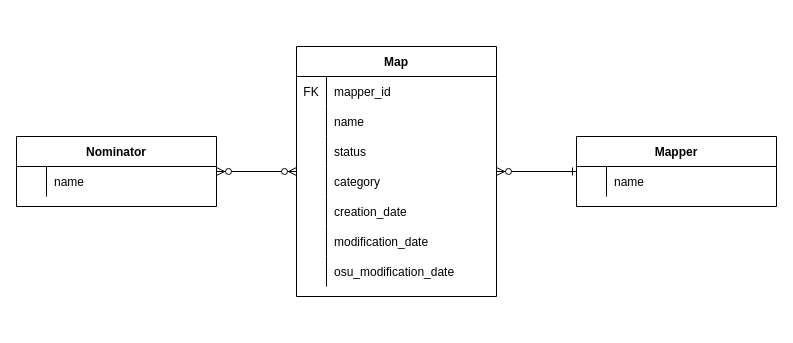
The draw.io diagram docs/ERD.drawio in Emanuel-de-Jong/10KRanker, before the edit. Source tidied: cells renumbered, new cells numbered last; positions are measured from the earlier drawing's top-left corner, leaving out a move shared by most shapes. Both pictures are drawn from the tidied source at 100%, with x=0, y=0 at pixel (16, 46).
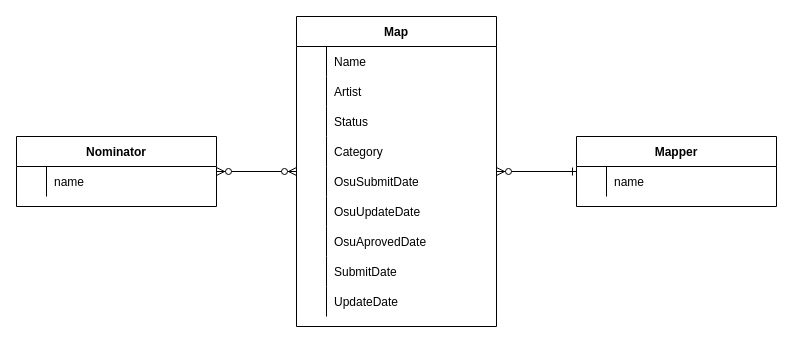
Above is the later version.

Change to the diagram source:
```diff
@@
     <mxCell id="7" value="Map" style="shape=table;startSize=30;childLayout=tableLayout;rowLines=0;fontStyle=1;align=center;" parent="1" vertex="1">
-      <mxGeometry x="280" width="200" height="250" as="geometry" />
+      <mxGeometry x="280" y="-30" width="200" height="310" as="geometry" />
     </mxCell>
-    <mxCell id="8" style="shape=partialRectangle;fillColor=none;top=0;left=0;right=0;bottom=0;" parent="7" vertex="1">
-      <mxGeometry y="30" width="200" height="30" as="geometry" />
-    </mxCell>
-    <mxCell id="9" value="FK" style="shape=partialRectangle;overflow=hidden;fillColor=none;top=0;left=0;bottom=0;right=0;" parent="8" vertex="1">
-      <mxGeometry width="30" height="30" as="geometry" />
-    </mxCell>
-    <mxCell id="10" value="mapper_id" style="shape=partialRectangle;overflow=hidden;fillColor=none;top=0;left=0;bottom=0;right=0;align=left;spacingLeft=6;" parent="8" vertex="1">
-      <mxGeometry x="30" width="170" height="30" as="geometry" />
-    </mxCell>
     <mxCell id="11" style="shape=partialRectangle;fillColor=none;top=0;left=0;right=0;bottom=0;" parent="7" vertex="1">
-      <mxGeometry y="60" width="200" height="30" as="geometry" />
+      <mxGeometry y="30" width="200" height="30" as="geometry" />
     </mxCell>
@@
-    <mxCell id="13" value="name" style="shape=partialRectangle;overflow=hidden;fillColor=none;top=0;left=0;bottom=0;right=0;align=left;spacingLeft=6;" parent="11" vertex="1">
+    <mxCell id="13" value="Name" style="shape=partialRectangle;overflow=hidden;fillColor=none;top=0;left=0;bottom=0;right=0;align=left;spacingLeft=6;" parent="11" vertex="1">
       <mxGeometry x="30" width="170" height="30" as="geometry" />
     </mxCell>
     <mxCell id="14" style="shape=partialRectangle;fillColor=none;top=0;left=0;right=0;bottom=0;" parent="7" vertex="1">
-      <mxGeometry y="90" width="200" height="30" as="geometry" />
+      <mxGeometry y="60" width="200" height="30" as="geometry" />
     </mxCell>
@@
-    <mxCell id="16" value="status" style="shape=partialRectangle;overflow=hidden;fillColor=none;top=0;left=0;bottom=0;right=0;align=left;spacingLeft=6;" parent="14" vertex="1">
+    <mxCell id="16" value="Artist" style="shape=partialRectangle;overflow=hidden;fillColor=none;top=0;left=0;bottom=0;right=0;align=left;spacingLeft=6;" parent="14" vertex="1">
       <mxGeometry x="30" width="170" height="30" as="geometry" />
     </mxCell>
     <mxCell id="17" style="shape=partialRectangle;fillColor=none;top=0;left=0;right=0;bottom=0;" parent="7" vertex="1">
-      <mxGeometry y="120" width="200" height="30" as="geometry" />
+      <mxGeometry y="90" width="200" height="30" as="geometry" />
     </mxCell>
@@
-    <mxCell id="19" value="category" style="shape=partialRectangle;overflow=hidden;fillColor=none;top=0;left=0;bottom=0;right=0;align=left;spacingLeft=6;" parent="17" vertex="1">
+    <mxCell id="19" value="Status" style="shape=partialRectangle;overflow=hidden;fillColor=none;top=0;left=0;bottom=0;right=0;align=left;spacingLeft=6;" parent="17" vertex="1">
       <mxGeometry x="30" width="170" height="30" as="geometry" />
     </mxCell>
     <mxCell id="20" style="shape=partialRectangle;fillColor=none;top=0;left=0;right=0;bottom=0;" parent="7" vertex="1">
-      <mxGeometry y="150" width="200" height="30" as="geometry" />
+      <mxGeometry y="120" width="200" height="30" as="geometry" />
     </mxCell>
@@
-    <mxCell id="22" value="creation_date" style="shape=partialRectangle;overflow=hidden;fillColor=none;top=0;left=0;bottom=0;right=0;align=left;spacingLeft=6;" parent="20" vertex="1">
+    <mxCell id="22" value="Category" style="shape=partialRectangle;overflow=hidden;fillColor=none;top=0;left=0;bottom=0;right=0;align=left;spacingLeft=6;" parent="20" vertex="1">
       <mxGeometry x="30" width="170" height="30" as="geometry" />
     </mxCell>
     <mxCell id="23" style="shape=partialRectangle;fillColor=none;top=0;left=0;right=0;bottom=0;" parent="7" vertex="1">
-      <mxGeometry y="180" width="200" height="30" as="geometry" />
+      <mxGeometry y="150" width="200" height="30" as="geometry" />
     </mxCell>
@@
-    <mxCell id="25" value="modification_date" style="shape=partialRectangle;overflow=hidden;fillColor=none;top=0;left=0;bottom=0;right=0;align=left;spacingLeft=6;" parent="23" vertex="1">
+    <mxCell id="25" value="OsuSubmitDate" style="shape=partialRectangle;overflow=hidden;fillColor=none;top=0;left=0;bottom=0;right=0;align=left;spacingLeft=6;" parent="23" vertex="1">
       <mxGeometry x="30" width="170" height="30" as="geometry" />
     </mxCell>
     <mxCell id="26" style="shape=partialRectangle;fillColor=none;top=0;left=0;right=0;bottom=0;" parent="7" vertex="1">
-      <mxGeometry y="210" width="200" height="30" as="geometry" />
+      <mxGeometry y="180" width="200" height="30" as="geometry" />
     </mxCell>
@@
-    <mxCell id="28" value="osu_modification_date" style="shape=partialRectangle;overflow=hidden;fillColor=none;top=0;left=0;bottom=0;right=0;align=left;spacingLeft=6;" parent="26" vertex="1">
+    <mxCell id="28" value="OsuUpdateDate" style="shape=partialRectangle;overflow=hidden;fillColor=none;top=0;left=0;bottom=0;right=0;align=left;spacingLeft=6;" parent="26" vertex="1">
       <mxGeometry x="30" width="170" height="30" as="geometry" />
     </mxCell>
+    <mxCell id="34" style="shape=partialRectangle;fillColor=none;top=0;left=0;right=0;bottom=0;" parent="7" vertex="1">
+      <mxGeometry y="210" width="200" height="30" as="geometry" />
+    </mxCell>
+    <mxCell id="35" style="shape=partialRectangle;overflow=hidden;fillColor=none;top=0;left=0;bottom=0;right=0;" parent="34" vertex="1">
+      <mxGeometry width="30" height="30" as="geometry" />
+    </mxCell>
+    <mxCell id="36" value="OsuAprovedDate" style="shape=partialRectangle;overflow=hidden;fillColor=none;top=0;left=0;bottom=0;right=0;align=left;spacingLeft=6;" parent="34" vertex="1">
+      <mxGeometry x="30" width="170" height="30" as="geometry" />
+    </mxCell>
+    <mxCell id="37" style="shape=partialRectangle;fillColor=none;top=0;left=0;right=0;bottom=0;" parent="7" vertex="1">
+      <mxGeometry y="240" width="200" height="30" as="geometry" />
+    </mxCell>
+    <mxCell id="38" style="shape=partialRectangle;overflow=hidden;fillColor=none;top=0;left=0;bottom=0;right=0;" parent="37" vertex="1">
+      <mxGeometry width="30" height="30" as="geometry" />
+    </mxCell>
+    <mxCell id="39" value="SubmitDate" style="shape=partialRectangle;overflow=hidden;fillColor=none;top=0;left=0;bottom=0;right=0;align=left;spacingLeft=6;" parent="37" vertex="1">
+      <mxGeometry x="30" width="170" height="30" as="geometry" />
+    </mxCell>
+    <mxCell id="40" style="shape=partialRectangle;fillColor=none;top=0;left=0;right=0;bottom=0;" parent="7" vertex="1">
+      <mxGeometry y="270" width="200" height="30" as="geometry" />
+    </mxCell>
+    <mxCell id="41" style="shape=partialRectangle;overflow=hidden;fillColor=none;top=0;left=0;bottom=0;right=0;" parent="40" vertex="1">
+      <mxGeometry width="30" height="30" as="geometry" />
+    </mxCell>
+    <mxCell id="42" value="UpdateDate" style="shape=partialRectangle;overflow=hidden;fillColor=none;top=0;left=0;bottom=0;right=0;align=left;spacingLeft=6;" parent="40" vertex="1">
+      <mxGeometry x="30" width="170" height="30" as="geometry" />
+    </mxCell>
```
